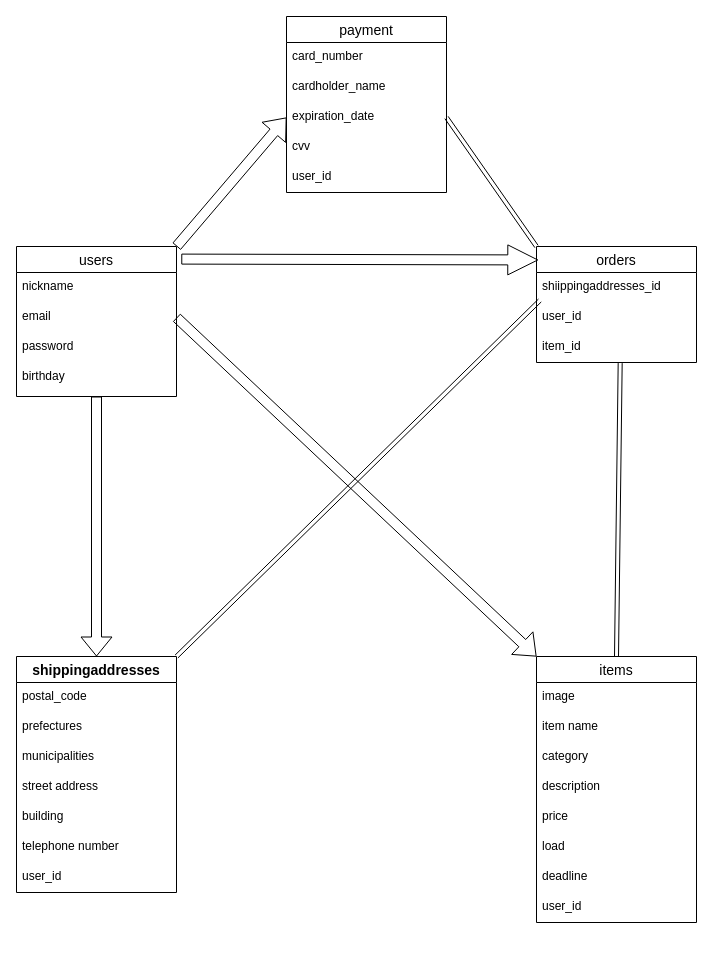
Above: .dio in Banyan083214/furima-40391 (draw.io), before the change. Source tidied: cells renumbered, new cells numbered last; positions are measured from the earlier drawing's top-left corner, leaving out a move shared by most shapes. Both pictures are drawn from the tidied source at 100%, with x=0, y=0 at pixel (16, 16).
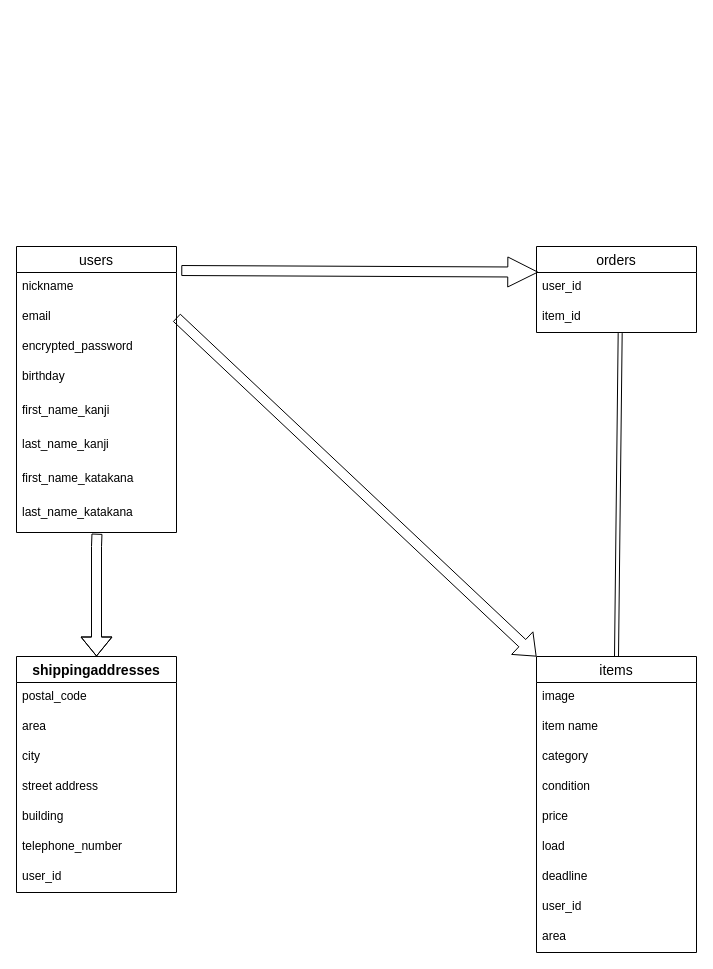
After the change.

Commit message (it also covers changes not shown here):
1回目の修正

The change refers to these unchanged cells:
```xml
<mxCell id="7" value="birthday" style="text;strokeColor=none;fillColor=none;spacingLeft=4;spacingRight=4;overflow=hidden;points=[[0,0.5],[1,0.5]];portConstraint=eastwest;fontSize=12;" parent="3" vertex="1">
  <mxGeometry y="116" width="160" height="34" as="geometry" />
</mxCell>
<mxCell id="17" value="shippingaddresses" style="swimlane;fontStyle=1;horizontal=1;startSize=26;align=center;fontSize=14;" parent="1" vertex="1">
  <mxGeometry y="640" width="160" height="236" as="geometry" />
</mxCell>
```

Diff of the diagram source:
```diff
@@
-    <mxCell id="2" style="edgeStyle=none;html=1;exitX=1;exitY=0;exitDx=0;exitDy=0;entryX=0;entryY=0.5;entryDx=0;entryDy=0;shape=flexArrow;" parent="1" edge="1" source="3" target="37">
-      <mxGeometry relative="1" as="geometry" />
-    </mxCell>
     <mxCell id="3" value="users" style="swimlane;fontStyle=0;horizontal=1;startSize=26;align=center;fontSize=14;" parent="1" vertex="1">
-      <mxGeometry y="230" width="160" height="150" as="geometry" />
+      <mxGeometry y="230" width="160" height="286" as="geometry" />
     </mxCell>
@@
-    <mxCell id="6" value="password" style="text;strokeColor=none;fillColor=none;spacingLeft=4;spacingRight=4;overflow=hidden;fontSize=12;" parent="3" vertex="1">
+    <mxCell id="6" value="encrypted_password" style="text;strokeColor=none;fillColor=none;spacingLeft=4;spacingRight=4;overflow=hidden;fontSize=12;" parent="3" vertex="1">
       <mxGeometry y="86" width="160" height="30" as="geometry" />
     </mxCell>
@@
+    <mxCell id="41" value="first_name_kanji" style="text;strokeColor=none;fillColor=none;spacingLeft=4;spacingRight=4;overflow=hidden;fontSize=12;" parent="3" vertex="1">
+      <mxGeometry y="150" width="160" height="34" as="geometry" />
+    </mxCell>
+    <mxCell id="42" value="last_name_kanji" style="text;strokeColor=none;fillColor=none;spacingLeft=4;spacingRight=4;overflow=hidden;fontSize=12;" parent="3" vertex="1">
+      <mxGeometry y="184" width="160" height="34" as="geometry" />
+    </mxCell>
+    <mxCell id="43" value="first_name_katakana" style="text;strokeColor=none;fillColor=none;spacingLeft=4;spacingRight=4;overflow=hidden;fontSize=12;" parent="3" vertex="1">
+      <mxGeometry y="218" width="160" height="34" as="geometry" />
+    </mxCell>
+    <mxCell id="44" value="last_name_katakana" style="text;strokeColor=none;fillColor=none;spacingLeft=4;spacingRight=4;overflow=hidden;points=[[0,0.5],[1,0.5]];portConstraint=eastwest;fontSize=12;" parent="3" vertex="1">
+      <mxGeometry y="252" width="160" height="34" as="geometry" />
+    </mxCell>
     <mxCell id="8" value="items" style="swimlane;fontStyle=0;horizontal=1;startSize=26;align=center;fontSize=14;" parent="1" vertex="1">
-      <mxGeometry x="520" y="640" width="160" height="266" as="geometry" />
+      <mxGeometry x="520" y="640" width="160" height="296" as="geometry" />
     </mxCell>
@@
-    <mxCell id="12" value="description" style="text;strokeColor=none;fillColor=none;spacingLeft=4;spacingRight=4;overflow=hidden;fontSize=12;" parent="8" vertex="1">
+    <mxCell id="12" value="condition" style="text;strokeColor=none;fillColor=none;spacingLeft=4;spacingRight=4;overflow=hidden;fontSize=12;" parent="8" vertex="1">
       <mxGeometry y="116" width="160" height="30" as="geometry" />
     </mxCell>
@@
+    <mxCell id="45" value="area" style="text;strokeColor=none;fillColor=none;spacingLeft=4;spacingRight=4;overflow=hidden;fontSize=12;" parent="8" vertex="1">
+      <mxGeometry y="266" width="160" height="30" as="geometry" />
+    </mxCell>
@@
-    <mxCell id="19" value="prefectures" style="text;strokeColor=none;fillColor=none;spacingLeft=4;spacingRight=4;overflow=hidden;fontSize=12;" parent="17" vertex="1">
+    <mxCell id="19" value="area" style="text;strokeColor=none;fillColor=none;spacingLeft=4;spacingRight=4;overflow=hidden;fontSize=12;" parent="17" vertex="1">
       <mxGeometry y="56" width="160" height="30" as="geometry" />
     </mxCell>
-    <mxCell id="20" value="municipalities" style="text;strokeColor=none;fillColor=none;spacingLeft=4;spacingRight=4;overflow=hidden;fontSize=12;" parent="17" vertex="1">
+    <mxCell id="20" value="city" style="text;strokeColor=none;fillColor=none;spacingLeft=4;spacingRight=4;overflow=hidden;fontSize=12;" parent="17" vertex="1">
       <mxGeometry y="86" width="160" height="30" as="geometry" />
     </mxCell>
@@
-    <mxCell id="23" value="telephone number" style="text;strokeColor=none;fillColor=none;spacingLeft=4;spacingRight=4;overflow=hidden;fontSize=12;" parent="17" vertex="1">
+    <mxCell id="23" value="telephone_number" style="text;strokeColor=none;fillColor=none;spacingLeft=4;spacingRight=4;overflow=hidden;fontSize=12;" parent="17" vertex="1">
       <mxGeometry y="176" width="160" height="30" as="geometry" />
     </mxCell>
@@
     <mxCell id="25" value="orders" style="swimlane;fontStyle=0;horizontal=1;startSize=26;align=center;fontSize=14;" parent="1" vertex="1">
-      <mxGeometry x="520" y="230" width="160" height="116" as="geometry" />
+      <mxGeometry x="520" y="230" width="160" height="86" as="geometry" />
     </mxCell>
-    <mxCell id="26" value="shiippingaddresses_id" style="text;strokeColor=none;fillColor=none;spacingLeft=4;spacingRight=4;overflow=hidden;fontSize=12;" parent="25" vertex="1">
-      <mxGeometry y="26" width="160" height="30" as="geometry" />
-    </mxCell>
     <mxCell id="27" value="user_id" style="text;strokeColor=none;fillColor=none;spacingLeft=4;spacingRight=4;overflow=hidden;points=[[0,0.5],[1,0.5]];portConstraint=eastwest;fontSize=12;" parent="25" vertex="1">
-      <mxGeometry y="56" width="160" height="30" as="geometry" />
+      <mxGeometry y="26" width="160" height="30" as="geometry" />
     </mxCell>
     <mxCell id="28" value="item_id" style="text;strokeColor=none;fillColor=none;spacingLeft=4;spacingRight=4;overflow=hidden;points=[[0,0.5],[1,0.5]];portConstraint=eastwest;fontSize=12;" parent="25" vertex="1">
-      <mxGeometry y="86" width="160" height="30" as="geometry" />
+      <mxGeometry y="56" width="160" height="30" as="geometry" />
     </mxCell>
@@
-    <mxCell id="30" style="edgeStyle=none;html=1;exitX=1.033;exitY=0.084;exitDx=0;exitDy=0;entryX=0.008;entryY=0.116;entryDx=0;entryDy=0;entryPerimeter=0;shape=arrow;exitPerimeter=0;" parent="1" edge="1" source="3" target="25">
+    <mxCell id="30" style="edgeStyle=none;html=1;exitX=1.033;exitY=0.084;exitDx=0;exitDy=0;entryX=0.008;entryY=-0.013;entryDx=0;entryDy=0;entryPerimeter=0;shape=arrow;exitPerimeter=0;" parent="1" edge="1" source="3" target="27">
       <mxGeometry relative="1" as="geometry" />
     </mxCell>
-    <mxCell id="31" style="edgeStyle=none;html=1;exitX=1;exitY=0;exitDx=0;exitDy=0;entryX=0.021;entryY=-0.067;entryDx=0;entryDy=0;entryPerimeter=0;shape=link;" parent="1" edge="1" source="17" target="27">
-      <mxGeometry relative="1" as="geometry" />
-    </mxCell>
-    <mxCell id="32" style="edgeStyle=none;shape=flexArrow;html=1;entryX=0.5;entryY=0;entryDx=0;entryDy=0;" parent="1" edge="1" source="7" target="17">
-      <mxGeometry relative="1" as="geometry" />
+    <mxCell id="32" style="edgeStyle=none;shape=flexArrow;html=1;entryX=0.5;entryY=0;entryDx=0;entryDy=0;exitX=0.503;exitY=1.035;exitDx=0;exitDy=0;exitPerimeter=0;" parent="1" edge="1" source="44" target="17">
+      <mxGeometry relative="1" as="geometry">
+        <Array as="points">
+          <mxPoint x="80" y="530" />
+        </Array>
+      </mxGeometry>
     </mxCell>
@@
-    <mxCell id="34" value="payment" style="swimlane;fontStyle=0;horizontal=1;startSize=26;align=center;fontSize=14;" parent="1" vertex="1">
-      <mxGeometry x="270" width="160" height="176" as="geometry" />
-    </mxCell>
-    <mxCell id="35" value="card_number" style="text;strokeColor=none;fillColor=none;spacingLeft=4;spacingRight=4;overflow=hidden;fontSize=12;" parent="34" vertex="1">
-      <mxGeometry y="26" width="160" height="30" as="geometry" />
-    </mxCell>
-    <mxCell id="36" value="cardholder_name" style="text;strokeColor=none;fillColor=none;spacingLeft=4;spacingRight=4;overflow=hidden;fontSize=12;" parent="34" vertex="1">
-      <mxGeometry y="56" width="160" height="30" as="geometry" />
-    </mxCell>
-    <mxCell id="37" value="expiration_date" style="text;strokeColor=none;fillColor=none;spacingLeft=4;spacingRight=4;overflow=hidden;points=[[0,0.5],[1,0.5]];portConstraint=eastwest;fontSize=12;" parent="34" vertex="1">
-      <mxGeometry y="86" width="160" height="30" as="geometry" />
-    </mxCell>
-    <mxCell id="38" value="cvv" style="text;strokeColor=none;fillColor=none;spacingLeft=4;spacingRight=4;overflow=hidden;fontSize=12;" parent="34" vertex="1">
-      <mxGeometry y="116" width="160" height="30" as="geometry" />
-    </mxCell>
-    <mxCell id="39" value="user_id" style="text;strokeColor=none;fillColor=none;spacingLeft=4;spacingRight=4;overflow=hidden;fontSize=12;" parent="34" vertex="1">
-      <mxGeometry y="146" width="160" height="30" as="geometry" />
-    </mxCell>
-    <mxCell id="40" style="edgeStyle=none;shape=link;html=1;exitX=1;exitY=0.5;exitDx=0;exitDy=0;entryX=0;entryY=0;entryDx=0;entryDy=0;" parent="1" edge="1" source="37" target="25">
-      <mxGeometry relative="1" as="geometry" />
-    </mxCell>
```
